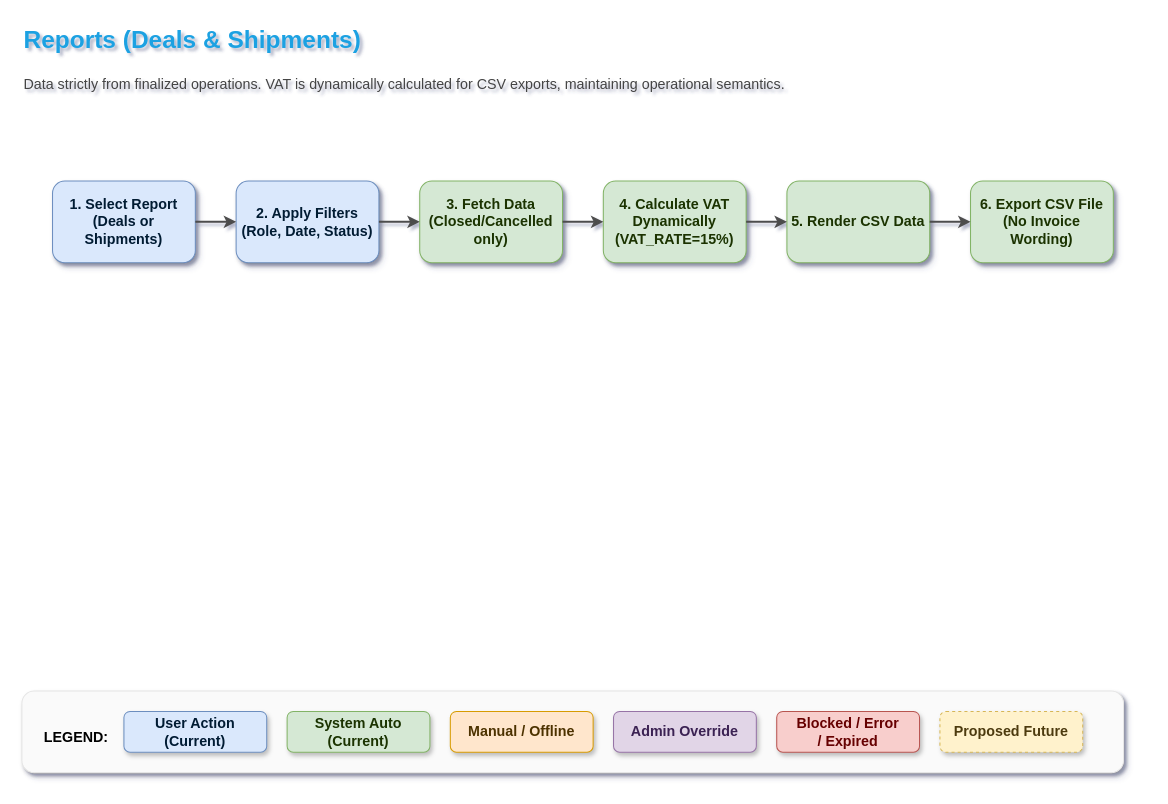
Before: page "7. Reports" (7 of 12) of docs/Tadweerah_Operational_Truth_Workflows_v5.drawio in mmuaibed/Tadweerah-Hub, a draw.io diagram. Source tidied: cells renumbered, new cells numbered last; positions are measured from the earlier drawing's top-left corner, leaving out a move shared by most shapes. Both pictures are drawn from the tidied source at 102%, with x=0, y=0 at pixel (21, 17).
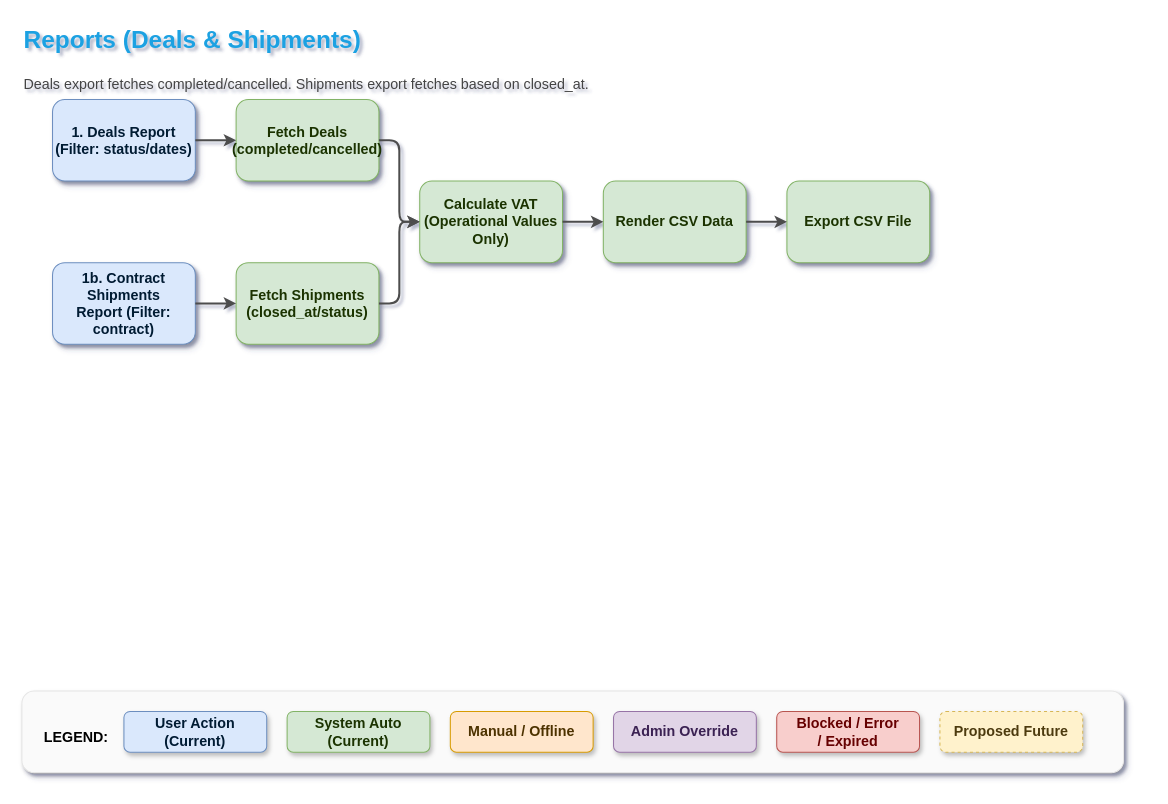
The same diagram, later.

Commit message (it also covers changes not shown here):
docs: Apply Operational Truth Correction Pass to v5 drawio based on backend audit

Change to the diagram source:
```diff
@@
-    <mxCell id="3" value="Data strictly from finalized operations. VAT is dynamically calculated for CSV exports, maintaining operational semantics." style="text;html=0;fontSize=14;align=left;whiteSpace=wrap;fontColor=#444444;" parent="1" vertex="1">
+    <mxCell id="3" value="Deals export fetches completed/cancelled. Shipments export fetches based on closed_at." style="text;html=0;fontSize=14;align=left;whiteSpace=wrap;fontColor=#444444;" parent="1" vertex="1">
       <mxGeometry y="50" width="1100" height="60" as="geometry" />
     </mxCell>
-    <mxCell id="4" value="1. Select Report&#10;(Deals or Shipments)" style="rounded=1;whiteSpace=wrap;html=0;fontSize=14;fontStyle=1;shadow=1;fillColor=#dae8fc;strokeColor=#6c8ebf;fontColor=#001A33;" parent="1" vertex="1">
-      <mxGeometry x="30" y="160" width="140" height="80" as="geometry" />
+    <mxCell id="4" value="1. Deals Report&#10;(Filter: status/dates)" style="rounded=1;whiteSpace=wrap;html=0;fontSize=14;fontStyle=1;shadow=1;fillColor=#dae8fc;strokeColor=#6c8ebf;fontColor=#001A33;" parent="1" vertex="1">
+      <mxGeometry x="30" y="80" width="140" height="80" as="geometry" />
     </mxCell>
-    <mxCell id="5" value="2. Apply Filters&#10;(Role, Date, Status)" style="rounded=1;whiteSpace=wrap;html=0;fontSize=14;fontStyle=1;shadow=1;fillColor=#dae8fc;strokeColor=#6c8ebf;fontColor=#001A33;" parent="1" vertex="1">
-      <mxGeometry x="210" y="160" width="140" height="80" as="geometry" />
+    <mxCell id="5" value="Fetch Deals&#10;(completed/cancelled)" style="rounded=1;whiteSpace=wrap;html=0;fontSize=14;fontStyle=1;shadow=1;fillColor=#d5e8d4;strokeColor=#82b366;fontColor=#1A3300;" parent="1" vertex="1">
+      <mxGeometry x="210" y="80" width="140" height="80" as="geometry" />
     </mxCell>
-    <mxCell id="6" value="3. Fetch Data&#10;(Closed/Cancelled only)" style="rounded=1;whiteSpace=wrap;html=0;fontSize=14;fontStyle=1;shadow=1;fillColor=#d5e8d4;strokeColor=#82b366;fontColor=#1A3300;" parent="1" vertex="1">
-      <mxGeometry x="390" y="160" width="140" height="80" as="geometry" />
+    <mxCell id="6" value="1b. Contract Shipments&#10;Report (Filter: contract)" style="rounded=1;whiteSpace=wrap;html=0;fontSize=14;fontStyle=1;shadow=1;fillColor=#dae8fc;strokeColor=#6c8ebf;fontColor=#001A33;" parent="1" vertex="1">
+      <mxGeometry x="30" y="240" width="140" height="80" as="geometry" />
     </mxCell>
-    <mxCell id="7" value="4. Calculate VAT Dynamically&#10;(VAT_RATE=15%)" style="rounded=1;whiteSpace=wrap;html=0;fontSize=14;fontStyle=1;shadow=1;fillColor=#d5e8d4;strokeColor=#82b366;fontColor=#1A3300;" parent="1" vertex="1">
-      <mxGeometry x="570" y="160" width="140" height="80" as="geometry" />
+    <mxCell id="7" value="Fetch Shipments&#10;(closed_at/status)" style="rounded=1;whiteSpace=wrap;html=0;fontSize=14;fontStyle=1;shadow=1;fillColor=#d5e8d4;strokeColor=#82b366;fontColor=#1A3300;" parent="1" vertex="1">
+      <mxGeometry x="210" y="240" width="140" height="80" as="geometry" />
     </mxCell>
-    <mxCell id="8" value="5. Render CSV Data" style="rounded=1;whiteSpace=wrap;html=0;fontSize=14;fontStyle=1;shadow=1;fillColor=#d5e8d4;strokeColor=#82b366;fontColor=#1A3300;" parent="1" vertex="1">
-      <mxGeometry x="750" y="160" width="140" height="80" as="geometry" />
+    <mxCell id="8" value="Calculate VAT&#10;(Operational Values Only)" style="rounded=1;whiteSpace=wrap;html=0;fontSize=14;fontStyle=1;shadow=1;fillColor=#d5e8d4;strokeColor=#82b366;fontColor=#1A3300;" parent="1" vertex="1">
+      <mxGeometry x="390" y="160" width="140" height="80" as="geometry" />
     </mxCell>
-    <mxCell id="9" value="6. Export CSV File&#10;(No Invoice Wording)" style="rounded=1;whiteSpace=wrap;html=0;fontSize=14;fontStyle=1;shadow=1;fillColor=#d5e8d4;strokeColor=#82b366;fontColor=#1A3300;" parent="1" vertex="1">
-      <mxGeometry x="930" y="160" width="140" height="80" as="geometry" />
+    <mxCell id="9" value="Render CSV Data" style="rounded=1;whiteSpace=wrap;html=0;fontSize=14;fontStyle=1;shadow=1;fillColor=#d5e8d4;strokeColor=#82b366;fontColor=#1A3300;" parent="1" vertex="1">
+      <mxGeometry x="570" y="160" width="140" height="80" as="geometry" />
     </mxCell>
+    <mxCell id="23" value="Export CSV File" style="rounded=1;whiteSpace=wrap;html=0;fontSize=14;fontStyle=1;shadow=1;fillColor=#d5e8d4;strokeColor=#82b366;fontColor=#1A3300;" parent="1" vertex="1">
+      <mxGeometry x="750" y="160" width="140" height="80" as="geometry" />
+    </mxCell>
@@
-    <mxCell id="11" style="edgeStyle=orthogonalEdgeStyle;rounded=1;jettySize=auto;html=0;strokeWidth=2;strokeColor=#4D4D4D;fontSize=12;" parent="1" edge="1" source="5" target="6">
+    <mxCell id="11" style="edgeStyle=orthogonalEdgeStyle;rounded=1;jettySize=auto;html=0;strokeWidth=2;strokeColor=#4D4D4D;fontSize=12;" parent="1" edge="1" source="6" target="7">
       <mxGeometry relative="1" as="geometry" />
     </mxCell>
-    <mxCell id="12" style="edgeStyle=orthogonalEdgeStyle;rounded=1;jettySize=auto;html=0;strokeWidth=2;strokeColor=#4D4D4D;fontSize=12;" parent="1" edge="1" source="6" target="7">
+    <mxCell id="12" style="edgeStyle=orthogonalEdgeStyle;rounded=1;jettySize=auto;html=0;strokeWidth=2;strokeColor=#4D4D4D;fontSize=12;" parent="1" edge="1" source="5" target="8">
       <mxGeometry relative="1" as="geometry" />
     </mxCell>
@@
+    <mxCell id="24" style="edgeStyle=orthogonalEdgeStyle;rounded=1;jettySize=auto;html=0;strokeWidth=2;strokeColor=#4D4D4D;fontSize=12;" parent="1" edge="1" source="9" target="23">
+      <mxGeometry relative="1" as="geometry" />
+    </mxCell>
```
